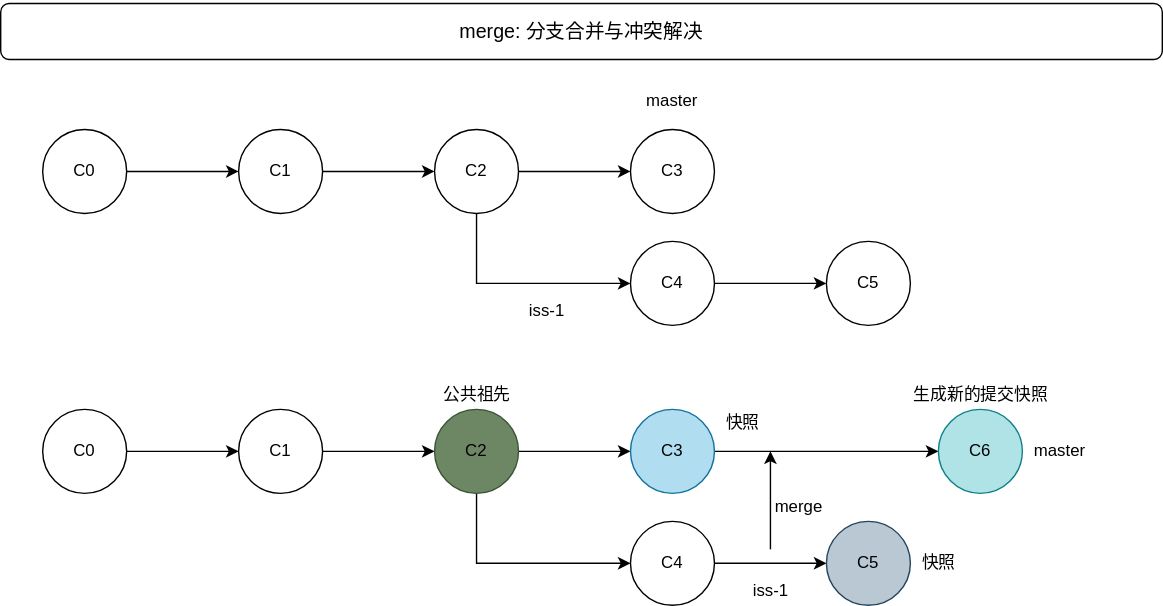
Above: 03-工作环境/images/merge2.svg in cd-home/Root (draw.io), before the change. Source tidied: cells renumbered, new cells last; positions are measured from the earlier drawing's top-left corner, leaving out a move shared by most shapes.
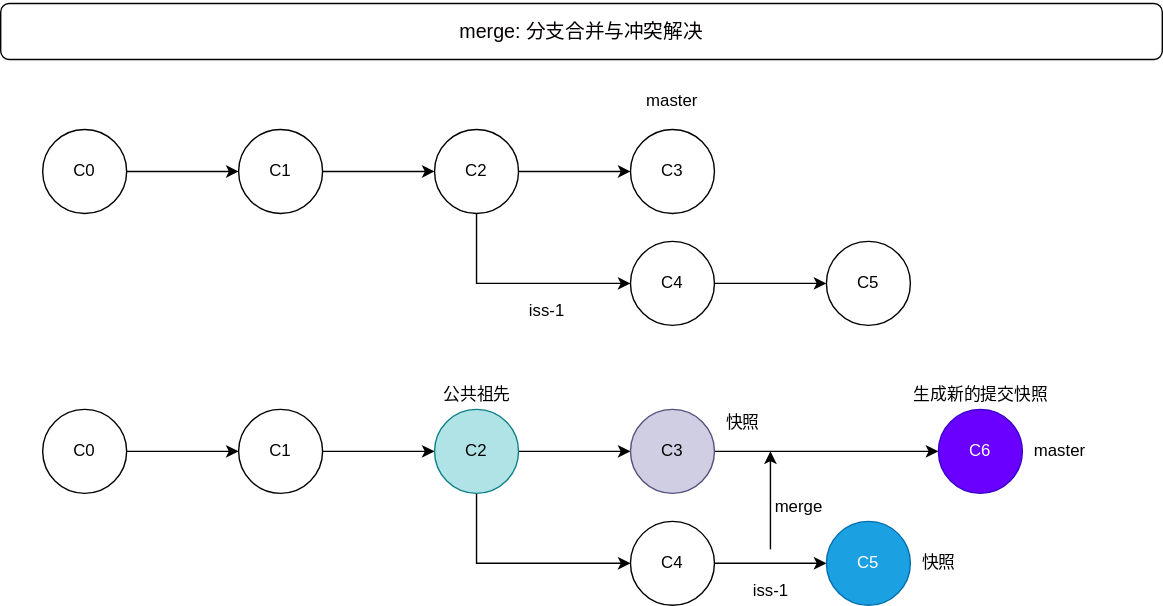
Above is the later version.

Change to the diagram source:
```diff
@@ -82,7 +82,7 @@
         </Array>
       </mxGeometry>
     </mxCell>
-    <mxCell id="22" value="&lt;font color=&quot;#050001&quot;&gt;C2&lt;/font&gt;" style="ellipse;whiteSpace=wrap;html=1;fillColor=#6d8764;strokeColor=#3A5431;fontColor=#ffffff;" parent="1" vertex="1">
+    <mxCell id="22" value="&lt;font color=&quot;#050001&quot;&gt;C2&lt;/font&gt;" style="ellipse;whiteSpace=wrap;html=1;fillColor=#b0e3e6;strokeColor=#0e8088;" parent="1" vertex="1">
       <mxGeometry x="310" y="290" width="60" height="60" as="geometry" />
     </mxCell>
     <mxCell id="23" style="edgeStyle=orthogonalEdgeStyle;rounded=0;jettySize=auto;html=1;" parent="1" edge="1" source="24" target="28">
@@ -94,19 +94,19 @@
     <mxCell id="25" style="edgeStyle=orthogonalEdgeStyle;rounded=0;jettySize=auto;html=1;" parent="1" edge="1" source="26" target="30">
       <mxGeometry relative="1" as="geometry" />
     </mxCell>
-    <mxCell id="26" value="C3" style="ellipse;whiteSpace=wrap;html=1;fillColor=#b1ddf0;strokeColor=#10739e;" parent="1" vertex="1">
+    <mxCell id="26" value="C3" style="ellipse;whiteSpace=wrap;html=1;fillColor=#d0cee2;strokeColor=#56517e;" parent="1" vertex="1">
       <mxGeometry x="450" y="290" width="60" height="60" as="geometry" />
     </mxCell>
     <mxCell id="27" value="iss-1" style="text;html=1;align=center;verticalAlign=middle;strokeColor=none;" parent="1" vertex="1">
       <mxGeometry x="530" y="410" width="40" height="20" as="geometry" />
     </mxCell>
-    <mxCell id="28" value="C5" style="ellipse;whiteSpace=wrap;html=1;fillColor=#bac8d3;strokeColor=#23445d;" parent="1" vertex="1">
+    <mxCell id="28" value="C5" style="ellipse;whiteSpace=wrap;html=1;fillColor=#1ba1e2;strokeColor=#006EAF;fontColor=#ffffff;" parent="1" vertex="1">
       <mxGeometry x="590" y="370" width="60" height="60" as="geometry" />
     </mxCell>
     <mxCell id="29" value="master" style="text;html=1;strokeColor=none;fillColor=none;align=center;verticalAlign=middle;whiteSpace=wrap;rounded=0;" parent="1" vertex="1">
       <mxGeometry x="737" y="310" width="40" height="20" as="geometry" />
     </mxCell>
-    <mxCell id="30" value="C6" style="ellipse;whiteSpace=wrap;html=1;fillColor=#b0e3e6;strokeColor=#0e8088;" parent="1" vertex="1">
+    <mxCell id="30" value="C6" style="ellipse;whiteSpace=wrap;html=1;fillColor=#6a00ff;strokeColor=#3700CC;fontColor=#ffffff;" parent="1" vertex="1">
       <mxGeometry x="670" y="290" width="60" height="60" as="geometry" />
     </mxCell>
     <mxCell id="31" value="公共祖先" style="text;html=1;align=center;verticalAlign=middle;strokeColor=none;" parent="1" vertex="1">
```
